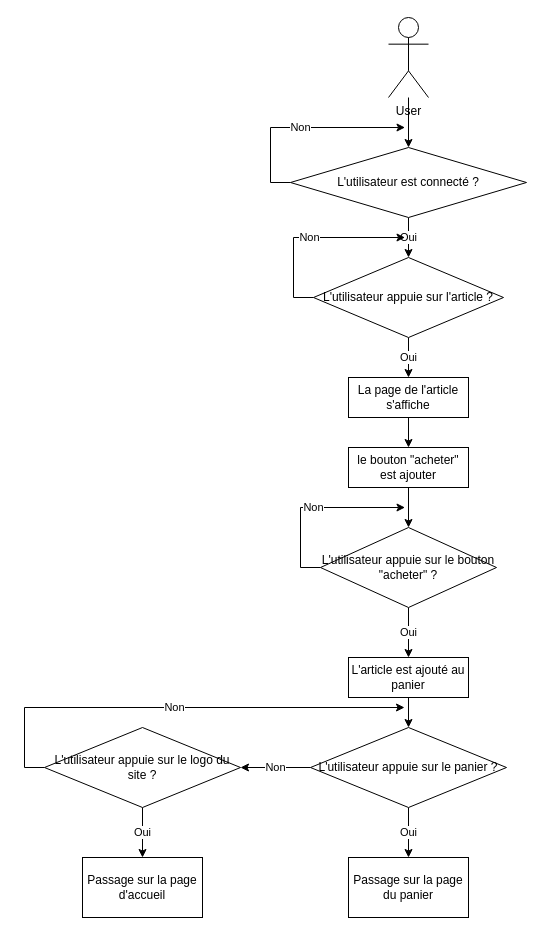
romain-lnr/I_Shoes keeps this draw.io diagram as page "Achat article" (3 of 6) of Documentation/Maquettes/Diagramme de flux I-Shoes.drawio. Above is the earlier version. Source tidied: cells renumbered, new cells numbered last; positions are measured from the earlier drawing's top-left corner, leaving out a move shared by most shapes. Both pictures are drawn from the tidied source at 100%, with x=0, y=0 at pixel (24, 17).
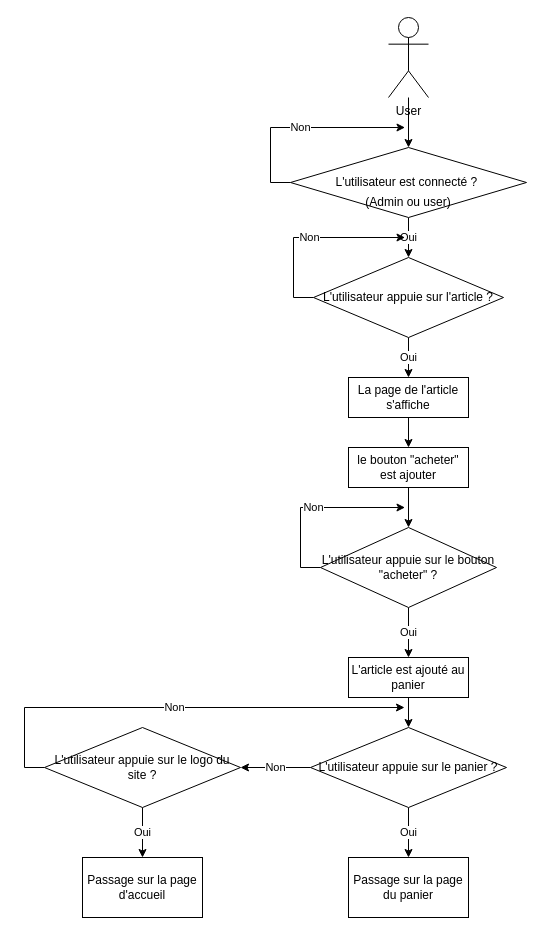
After the change.

Commit message (it also covers changes not shown here):
Diagram done + User care scenarios

The edit, as a diff of the source:
```diff
@@
-    <mxCell id="6" value="&lt;div style=&quot;line-height: 480%;&quot;&gt;&lt;span style=&quot;background-color: initial;&quot;&gt;L'utilisateur est connecté ?&lt;/span&gt;&lt;/div&gt;" style="rhombus;whiteSpace=wrap;html=1;verticalAlign=top;align=center;" parent="1" vertex="1">
+    <mxCell id="6" value="&lt;div style=&quot;line-height: 480%;&quot;&gt;&lt;span style=&quot;background-color: initial;&quot;&gt;L'utilisateur est connecté ?&amp;nbsp;&lt;/span&gt;&lt;/div&gt;" style="rhombus;whiteSpace=wrap;html=1;verticalAlign=top;align=center;" parent="1" vertex="1">
       <mxGeometry x="266" y="130" width="236" height="70" as="geometry" />
     </mxCell>
@@
+    <mxCell id="27" value="(Admin ou user)" style="text;html=1;strokeColor=none;fillColor=none;align=center;verticalAlign=middle;whiteSpace=wrap;rounded=0;" parent="1" vertex="1">
+      <mxGeometry x="334" y="170" width="100" height="30" as="geometry" />
+    </mxCell>
```
